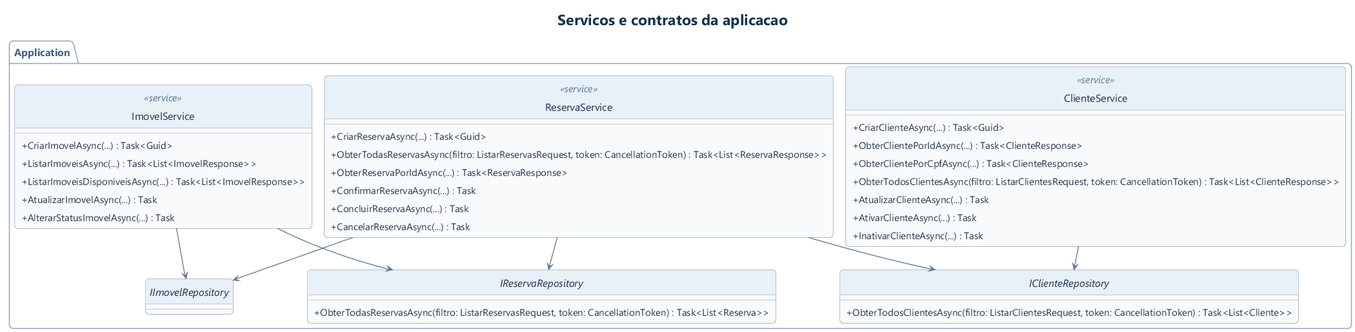
Before: docs/uml/imagens/10-classes-operacoes.png, a diagram exported from PlantUML (MurilloKelvin/API-Locacao-de-imoveis).
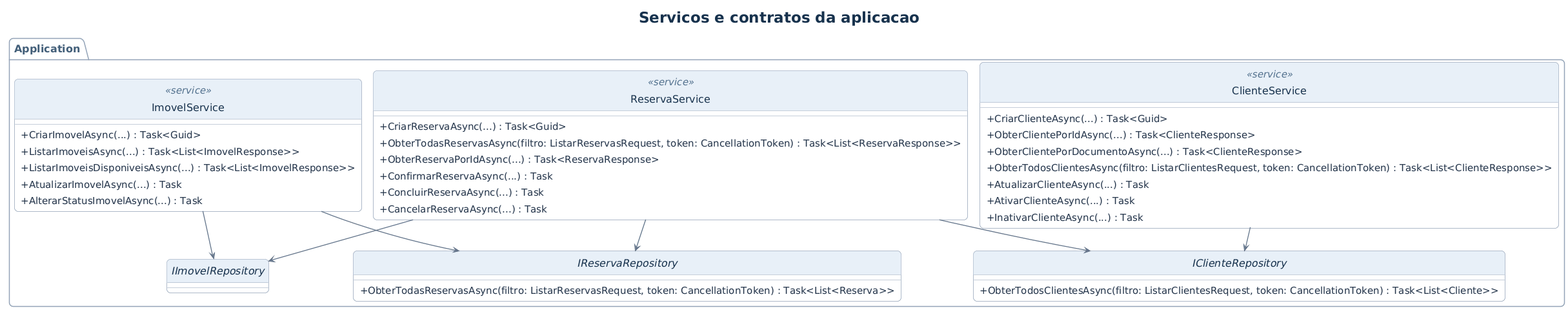
Above is the later version.

The edit, as a diff of the source:
```diff
@@ -6,7 +6,7 @@
  class ClienteService <<service>> {
   +CriarClienteAsync(...) : Task<Guid>
   +ObterClientePorIdAsync(...) : Task<ClienteResponse>
-  +ObterClientePorCpfAsync(...) : Task<ClienteResponse>
+  +ObterClientePorDocumentoAsync(...) : Task<ClienteResponse>
   +ObterTodosClientesAsync(filtro: ListarClientesRequest, token: CancellationToken) : Task<List<ClienteResponse>>
   +AtualizarClienteAsync(...) : Task
   +AtivarClienteAsync(...) : Task
```
